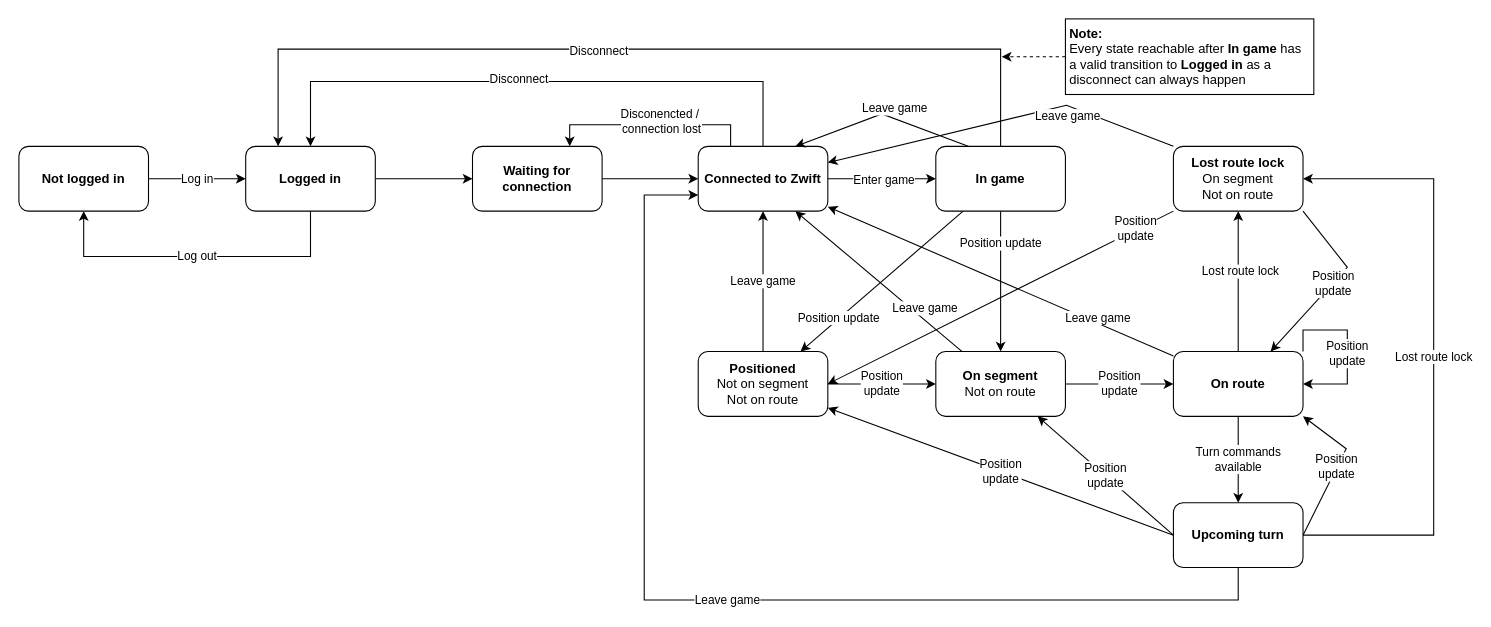
This is GameStates.drawio from sandermvanvliet/RoadCaptain, a draw.io file, before an edit. Source tidied: cells renumbered, new cells numbered last; positions are measured from the earlier drawing's top-left corner, leaving out a move shared by most shapes. Both pictures are drawn from the tidied source at 108%, with x=0, y=0 at pixel (18, 18).
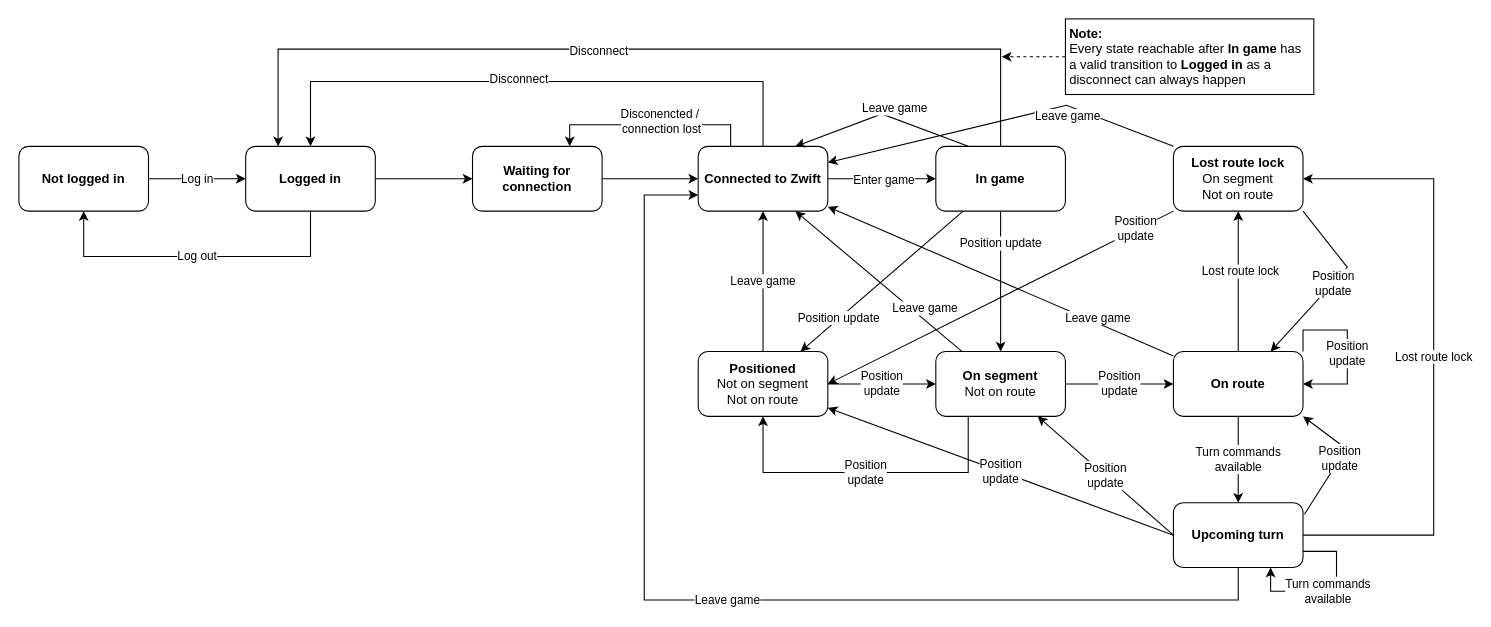
After the change.

Commit message (it also covers changes not shown here):
Attempt to simplify UpcomingTurnState

Unchanged cells that the change refers to:
```xml
<mxCell id="18" value="&lt;b&gt;Positioned&lt;/b&gt;&lt;br&gt;Not on segment&lt;br&gt;Not on route" style="whiteSpace=wrap;html=1;rounded=1;" parent="1" vertex="1">
  <mxGeometry x="629" y="308" width="120" height="60" as="geometry" />
</mxCell>
<mxCell id="21" value="&lt;b&gt;On segment&lt;/b&gt;&lt;br&gt;Not on route" style="whiteSpace=wrap;html=1;rounded=1;" parent="1" vertex="1">
  <mxGeometry x="849" y="308" width="120" height="60" as="geometry" />
</mxCell>
<mxCell id="26" value="&lt;b&gt;On route&lt;br&gt;&lt;/b&gt;" style="whiteSpace=wrap;html=1;rounded=1;" parent="1" vertex="1">
  <mxGeometry x="1069" y="308" width="120" height="60" as="geometry" />
</mxCell>
<mxCell id="37" value="Upcoming turn" style="whiteSpace=wrap;html=1;rounded=1;fontStyle=1;" parent="1" vertex="1">
  <mxGeometry x="1069" y="448" width="120" height="60" as="geometry" />
</mxCell>
```

Change to the diagram source:
```diff
@@
+    <mxCell id="48" value="Position&lt;br&gt;update" style="edgeStyle=orthogonalEdgeStyle;rounded=0;jettySize=auto;html=1;entryX=0.5;entryY=1;entryDx=0;entryDy=0;elbow=vertical;exitX=0.25;exitY=1;exitDx=0;exitDy=0;" parent="1" edge="1" source="21" target="18">
+      <mxGeometry relative="1" as="geometry">
+        <Array as="points">
+          <mxPoint x="879" y="420" />
+          <mxPoint x="689" y="420" />
+        </Array>
+      </mxGeometry>
+    </mxCell>
@@
-    <mxCell id="32" value="Position&lt;br&gt;update" style="edgeStyle=none;rounded=0;jettySize=auto;html=1;entryX=1;entryY=1;entryDx=0;entryDy=0;exitX=1;exitY=0.5;exitDx=0;exitDy=0;" parent="1" edge="1" source="37" target="26">
+    <mxCell id="32" value="Position&lt;br&gt;update" style="edgeStyle=none;rounded=0;jettySize=auto;html=1;entryX=1;entryY=1;entryDx=0;entryDy=0;exitX=1.011;exitY=0.178;exitDx=0;exitDy=0;exitPerimeter=0;" parent="1" edge="1" source="37" target="26">
       <mxGeometry relative="1" as="geometry">
         <Array as="points">
           <mxPoint x="1229" y="398" />
         </Array>
       </mxGeometry>
     </mxCell>
@@
+    <mxCell id="49" value="Turn commands&lt;br&gt;available" style="edgeStyle=orthogonalEdgeStyle;rounded=0;orthogonalLoop=1;jettySize=auto;html=1;entryX=0.75;entryY=1;entryDx=0;entryDy=0;elbow=vertical;exitX=1;exitY=0.75;exitDx=0;exitDy=0;" parent="1" edge="1" source="37" target="37">
+      <mxGeometry relative="1" as="geometry">
+        <Array as="points">
+          <mxPoint x="1220" y="493" />
+          <mxPoint x="1220" y="530" />
+          <mxPoint x="1159" y="530" />
+        </Array>
+      </mxGeometry>
+    </mxCell>
```
